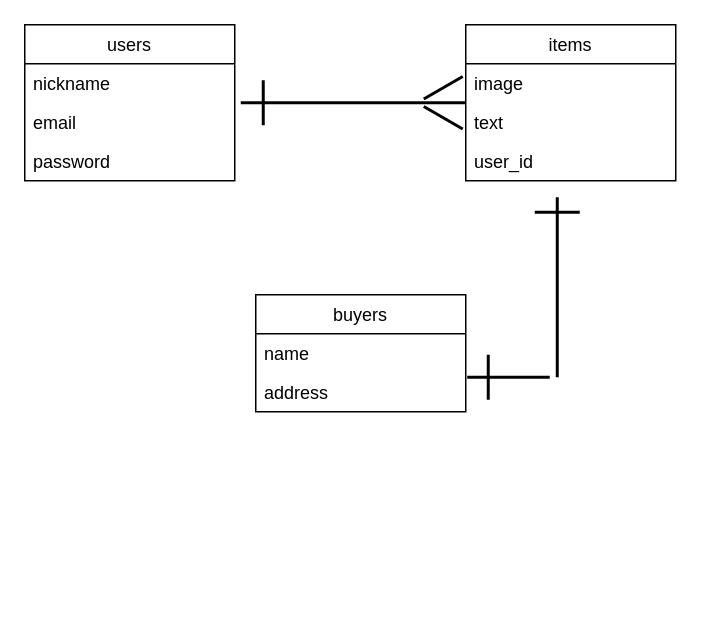
This is furima.dio from 00ryohey00/furima-33853, a draw.io file, before an edit. Source tidied: cells renumbered, new cells numbered last; positions are measured from the earlier drawing's top-left corner, leaving out a move shared by most shapes. Both pictures are drawn from the tidied source at 150%, with x=0, y=0 at pixel (24, 24).
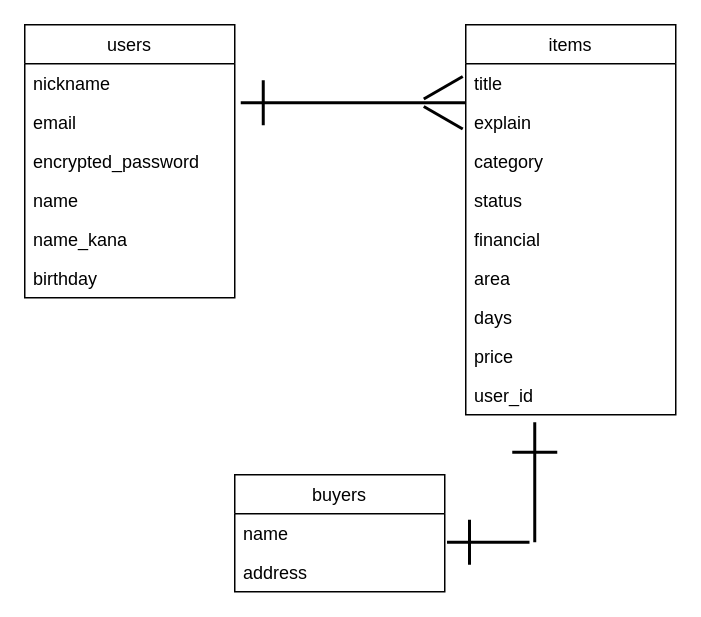
The same page after the edit.

What changed in the source:
```diff
@@
     <mxCell id="2" value="users" style="swimlane;fontStyle=0;horizontal=1;startSize=26;fillColor=none;" parent="1" vertex="1">
-      <mxGeometry width="140" height="104" as="geometry" />
+      <mxGeometry width="140" height="182" as="geometry" />
     </mxCell>
+    <mxCell id="21" value="nickname&#10;" style="text;strokeColor=none;fillColor=none;align=left;verticalAlign=top;spacingLeft=4;spacingRight=4;overflow=hidden;" parent="2" vertex="1">
+      <mxGeometry y="26" width="140" height="26" as="geometry" />
+    </mxCell>
-    <mxCell id="3" value="nickname&#10;" style="text;strokeColor=none;fillColor=none;align=left;verticalAlign=top;spacingLeft=4;spacingRight=4;overflow=hidden;" parent="2" vertex="1">
-      <mxGeometry y="26" width="140" height="26" as="geometry" />
+    <mxCell id="3" value="email" style="text;strokeColor=none;fillColor=none;align=left;verticalAlign=top;spacingLeft=4;spacingRight=4;overflow=hidden;" parent="2" vertex="1">
+      <mxGeometry y="52" width="140" height="26" as="geometry" />
     </mxCell>
-    <mxCell id="4" value="email" style="text;strokeColor=none;fillColor=none;align=left;verticalAlign=top;spacingLeft=4;spacingRight=4;overflow=hidden;" parent="2" vertex="1">
-      <mxGeometry y="52" width="140" height="26" as="geometry" />
+    <mxCell id="4" value="encrypted_password" style="text;strokeColor=none;fillColor=none;align=left;verticalAlign=top;spacingLeft=4;spacingRight=4;overflow=hidden;" parent="2" vertex="1">
+      <mxGeometry y="78" width="140" height="26" as="geometry" />
     </mxCell>
-    <mxCell id="5" value="password" style="text;strokeColor=none;fillColor=none;align=left;verticalAlign=top;spacingLeft=4;spacingRight=4;overflow=hidden;" parent="2" vertex="1">
-      <mxGeometry y="78" width="140" height="26" as="geometry" />
+    <mxCell id="5" value="name" style="text;strokeColor=none;fillColor=none;align=left;verticalAlign=top;spacingLeft=4;spacingRight=4;overflow=hidden;" parent="2" vertex="1">
+      <mxGeometry y="104" width="140" height="26" as="geometry" />
     </mxCell>
+    <mxCell id="22" value="name_kana" style="text;strokeColor=none;fillColor=none;align=left;verticalAlign=top;spacingLeft=4;spacingRight=4;overflow=hidden;" parent="2" vertex="1">
+      <mxGeometry y="130" width="140" height="26" as="geometry" />
+    </mxCell>
+    <mxCell id="23" value="birthday" style="text;strokeColor=none;fillColor=none;align=left;verticalAlign=top;spacingLeft=4;spacingRight=4;overflow=hidden;" parent="2" vertex="1">
+      <mxGeometry y="156" width="140" height="26" as="geometry" />
+    </mxCell>
     <mxCell id="6" value="items" style="swimlane;fontStyle=0;horizontal=1;startSize=26;fillColor=none;" parent="1" vertex="1">
-      <mxGeometry x="294" width="140" height="104" as="geometry" />
+      <mxGeometry x="294" width="140" height="260" as="geometry" />
     </mxCell>
-    <mxCell id="7" value="image" style="text;strokeColor=none;fillColor=none;align=left;verticalAlign=top;spacingLeft=4;spacingRight=4;overflow=hidden;" parent="6" vertex="1">
+    <mxCell id="7" value="title" style="text;strokeColor=none;fillColor=none;align=left;verticalAlign=top;spacingLeft=4;spacingRight=4;overflow=hidden;" parent="6" vertex="1">
       <mxGeometry y="26" width="140" height="26" as="geometry" />
     </mxCell>
-    <mxCell id="8" value="text" style="text;strokeColor=none;fillColor=none;align=left;verticalAlign=top;spacingLeft=4;spacingRight=4;overflow=hidden;" parent="6" vertex="1">
+    <mxCell id="8" value="explain" style="text;strokeColor=none;fillColor=none;align=left;verticalAlign=top;spacingLeft=4;spacingRight=4;overflow=hidden;" parent="6" vertex="1">
       <mxGeometry y="52" width="140" height="26" as="geometry" />
     </mxCell>
-    <mxCell id="9" value="user_id" style="text;strokeColor=none;fillColor=none;align=left;verticalAlign=top;spacingLeft=4;spacingRight=4;overflow=hidden;" parent="6" vertex="1">
+    <mxCell id="9" value="category" style="text;strokeColor=none;fillColor=none;align=left;verticalAlign=top;spacingLeft=4;spacingRight=4;overflow=hidden;" parent="6" vertex="1">
       <mxGeometry y="78" width="140" height="26" as="geometry" />
     </mxCell>
+    <mxCell id="24" value="status" style="text;strokeColor=none;fillColor=none;align=left;verticalAlign=top;spacingLeft=4;spacingRight=4;overflow=hidden;" parent="6" vertex="1">
+      <mxGeometry y="104" width="140" height="26" as="geometry" />
+    </mxCell>
+    <mxCell id="25" value="financial" style="text;strokeColor=none;fillColor=none;align=left;verticalAlign=top;spacingLeft=4;spacingRight=4;overflow=hidden;" parent="6" vertex="1">
+      <mxGeometry y="130" width="140" height="26" as="geometry" />
+    </mxCell>
+    <mxCell id="26" value="area" style="text;strokeColor=none;fillColor=none;align=left;verticalAlign=top;spacingLeft=4;spacingRight=4;overflow=hidden;" parent="6" vertex="1">
+      <mxGeometry y="156" width="140" height="26" as="geometry" />
+    </mxCell>
+    <mxCell id="27" value="days" style="text;strokeColor=none;fillColor=none;align=left;verticalAlign=top;spacingLeft=4;spacingRight=4;overflow=hidden;" parent="6" vertex="1">
+      <mxGeometry y="182" width="140" height="26" as="geometry" />
+    </mxCell>
+    <mxCell id="28" value="price" style="text;strokeColor=none;fillColor=none;align=left;verticalAlign=top;spacingLeft=4;spacingRight=4;overflow=hidden;" parent="6" vertex="1">
+      <mxGeometry y="208" width="140" height="26" as="geometry" />
+    </mxCell>
+    <mxCell id="29" value="user_id" style="text;strokeColor=none;fillColor=none;align=left;verticalAlign=top;spacingLeft=4;spacingRight=4;overflow=hidden;" parent="6" vertex="1">
+      <mxGeometry y="234" width="140" height="26" as="geometry" />
+    </mxCell>
     <mxCell id="10" value="buyers" style="swimlane;fontStyle=0;horizontal=1;startSize=26;fillColor=none;" parent="1" vertex="1">
-      <mxGeometry x="154" y="180" width="140" height="78" as="geometry" />
+      <mxGeometry x="140" y="300" width="140" height="78" as="geometry" />
     </mxCell>
@@
     <mxCell id="17" style="line;strokeWidth=2;html=1;rotation=90;" parent="1" vertex="1">
-      <mxGeometry x="295" y="170" width="120" height="10" as="geometry" />
+      <mxGeometry x="300" y="300" width="80" height="10" as="geometry" />
     </mxCell>
     <mxCell id="18" style="line;strokeWidth=2;html=1;rotation=-180;" parent="1" vertex="1">
-      <mxGeometry x="340" y="120" width="30" height="10" as="geometry" />
+      <mxGeometry x="325" y="280" width="30" height="10" as="geometry" />
     </mxCell>
     <mxCell id="19" style="line;strokeWidth=2;html=1;" parent="1" vertex="1">
-      <mxGeometry x="295" y="230" width="55" height="10" as="geometry" />
+      <mxGeometry x="281.5" y="340" width="55" height="10" as="geometry" />
     </mxCell>
     <mxCell id="20" style="line;strokeWidth=2;html=1;rotation=90;" parent="1" vertex="1">
-      <mxGeometry x="294" y="230" width="30" height="10" as="geometry" />
+      <mxGeometry x="281.5" y="340" width="30" height="10" as="geometry" />
     </mxCell>
```
